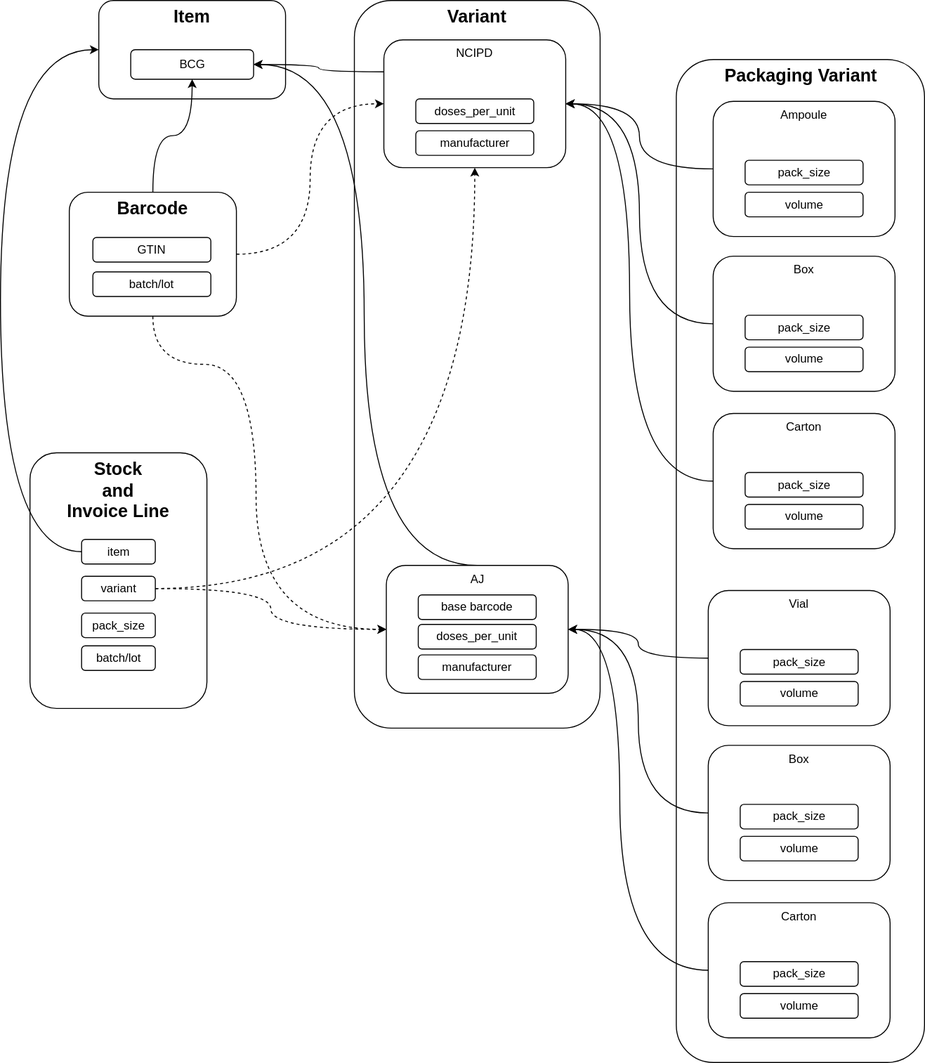
Earlier version of the draw.io export item-variant.drawio.svg (msupply-foundation/open-msupply). Source tidied: cells renumbered, new cells last; positions are measured from the earlier drawing's top-left corner, leaving out a move shared by most shapes.
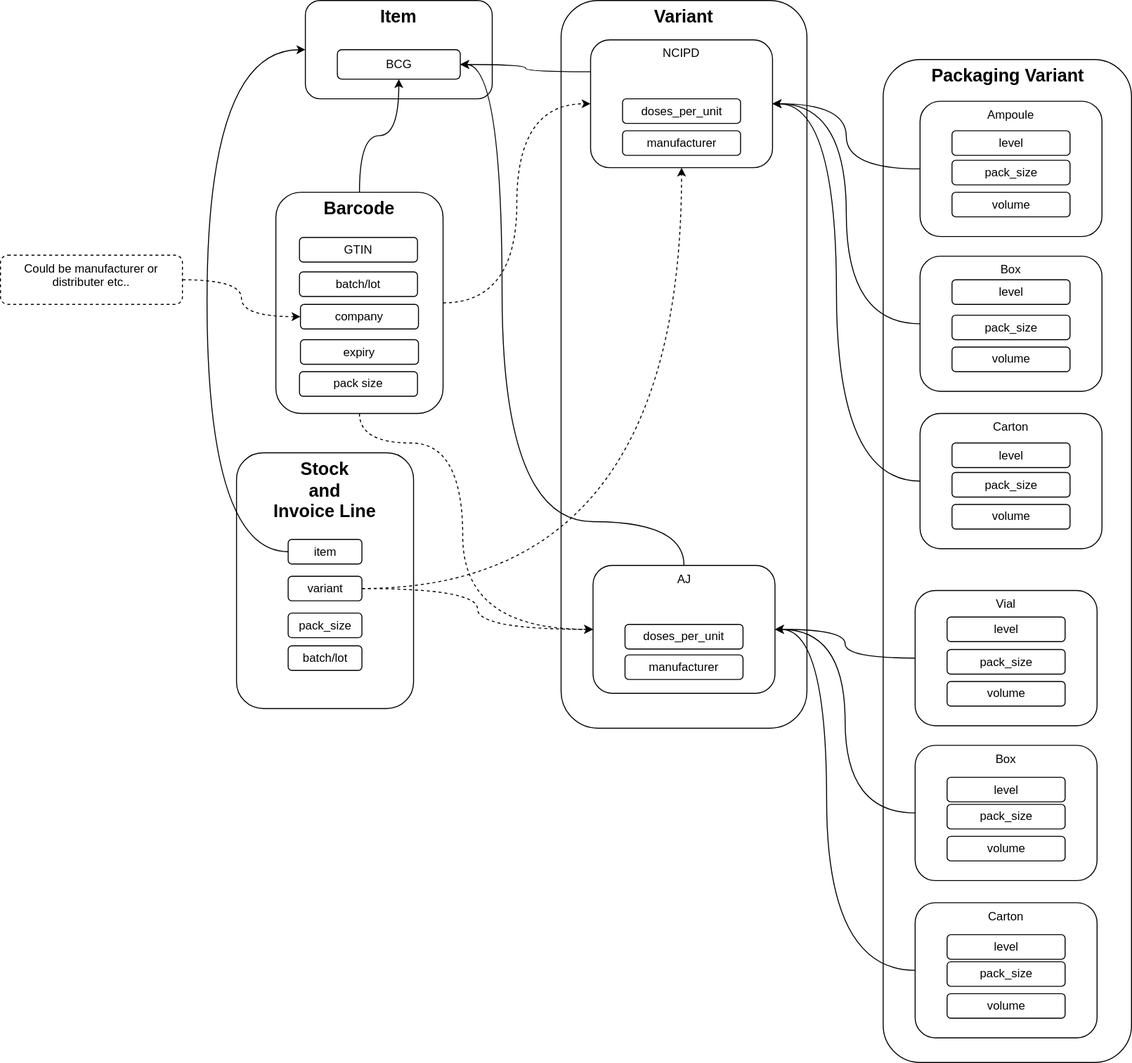
The same file after the commit.

Commit message:
Add info about manufacturer or distributor

Change to the diagram source:
```diff
@@ -2,6 +2,9 @@
   <root>
     <mxCell id="0" />
     <mxCell id="1" parent="0" />
+    <mxCell id="50" value="&lt;span style=&quot;font-size: 18px;&quot;&gt;&lt;b&gt;Barcode&lt;/b&gt;&lt;br&gt;&lt;br&gt;&lt;br&gt;&lt;/span&gt;" style="rounded=1;whiteSpace=wrap;html=1;verticalAlign=top;" parent="1" vertex="1">
+      <mxGeometry x="70" y="195" width="170" height="225" as="geometry" />
+    </mxCell>
     <mxCell id="2" value="&lt;b&gt;&lt;font style=&quot;font-size: 18px;&quot;&gt;Packaging Variant&lt;/font&gt;&lt;/b&gt;" style="rounded=1;whiteSpace=wrap;html=1;rotation=0;verticalAlign=top;" parent="1" vertex="1">
       <mxGeometry x="687.5" y="60" width="252.5" height="1020" as="geometry" />
     </mxCell>
@@ -23,17 +26,15 @@
     <mxCell id="8" style="edgeStyle=orthogonalEdgeStyle;curved=1;html=1;exitX=0.5;exitY=0;exitDx=0;exitDy=0;entryX=1;entryY=0.5;entryDx=0;entryDy=0;fontSize=18;" parent="1" edge="1" source="9" target="4">
       <mxGeometry relative="1" as="geometry">
         <Array as="points">
-          <mxPoint x="370" y="575" />
-          <mxPoint x="370" y="65" />
+          <mxPoint x="485" y="530" />
+          <mxPoint x="300" y="530" />
+          <mxPoint x="300" y="65" />
         </Array>
       </mxGeometry>
     </mxCell>
     <mxCell id="9" value="AJ" style="rounded=1;whiteSpace=wrap;html=1;verticalAlign=top;" parent="1" vertex="1">
       <mxGeometry x="392.5" y="574.5" width="185" height="130" as="geometry" />
     </mxCell>
-    <mxCell id="10" value="base barcode" style="rounded=1;whiteSpace=wrap;html=1;" parent="1" vertex="1">
-      <mxGeometry x="425" y="604.5" width="120" height="25" as="geometry" />
-    </mxCell>
     <mxCell id="11" value="doses_per_unit" style="rounded=1;whiteSpace=wrap;html=1;" parent="1" vertex="1">
       <mxGeometry x="422.5" y="100" width="120" height="25" as="geometry" />
     </mxCell>
@@ -166,20 +167,50 @@
     <mxCell id="49" style="edgeStyle=orthogonalEdgeStyle;curved=1;html=1;exitX=0.5;exitY=1;exitDx=0;exitDy=0;fontSize=18;entryX=0;entryY=0.5;entryDx=0;entryDy=0;dashed=1;" parent="1" edge="1" source="50" target="9">
       <mxGeometry relative="1" as="geometry">
         <Array as="points">
-          <mxPoint x="155" y="370" />
-          <mxPoint x="260" y="370" />
+          <mxPoint x="155" y="450" />
+          <mxPoint x="260" y="450" />
           <mxPoint x="260" y="640" />
         </Array>
       </mxGeometry>
     </mxCell>
-    <mxCell id="50" value="&lt;span style=&quot;font-size: 18px;&quot;&gt;&lt;b&gt;Barcode&lt;/b&gt;&lt;br&gt;&lt;br&gt;&lt;br&gt;&lt;/span&gt;" style="rounded=1;whiteSpace=wrap;html=1;verticalAlign=top;" parent="1" vertex="1">
-      <mxGeometry x="70" y="195" width="170" height="126" as="geometry" />
-    </mxCell>
     <mxCell id="51" value="GTIN" style="rounded=1;whiteSpace=wrap;html=1;" parent="1" vertex="1">
       <mxGeometry x="94" y="241" width="120" height="25" as="geometry" />
     </mxCell>
     <mxCell id="52" value="batch/lot" style="rounded=1;whiteSpace=wrap;html=1;" parent="1" vertex="1">
       <mxGeometry x="94" y="276" width="120" height="25" as="geometry" />
     </mxCell>
+    <mxCell id="53" value="company" style="rounded=1;whiteSpace=wrap;html=1;" parent="1" vertex="1">
+      <mxGeometry x="95" y="309" width="120" height="25" as="geometry" />
+    </mxCell>
+    <mxCell id="54" style="edgeStyle=orthogonalEdgeStyle;html=1;exitX=1;exitY=0.5;exitDx=0;exitDy=0;dashed=1;curved=1;" parent="1" edge="1" source="55" target="53">
+      <mxGeometry relative="1" as="geometry" />
+    </mxCell>
+    <mxCell id="55" value="Could be manufacturer or distributer etc.." style="rounded=1;whiteSpace=wrap;html=1;verticalAlign=top;dashed=1;" parent="1" vertex="1">
+      <mxGeometry x="-210" y="259" width="185" height="50" as="geometry" />
+    </mxCell>
+    <mxCell id="56" value="expiry" style="rounded=1;whiteSpace=wrap;html=1;" parent="1" vertex="1">
+      <mxGeometry x="95" y="345" width="120" height="25" as="geometry" />
+    </mxCell>
+    <mxCell id="57" value="pack size" style="rounded=1;whiteSpace=wrap;html=1;" parent="1" vertex="1">
+      <mxGeometry x="94" y="377.5" width="120" height="25" as="geometry" />
+    </mxCell>
+    <mxCell id="58" value="level" style="rounded=1;whiteSpace=wrap;html=1;" parent="1" vertex="1">
+      <mxGeometry x="757.5" y="132.5" width="120" height="25" as="geometry" />
+    </mxCell>
+    <mxCell id="59" value="level" style="rounded=1;whiteSpace=wrap;html=1;" parent="1" vertex="1">
+      <mxGeometry x="757.5" y="284" width="120" height="25" as="geometry" />
+    </mxCell>
+    <mxCell id="60" value="level" style="rounded=1;whiteSpace=wrap;html=1;" parent="1" vertex="1">
+      <mxGeometry x="757.5" y="450" width="120" height="25" as="geometry" />
+    </mxCell>
+    <mxCell id="61" value="level" style="rounded=1;whiteSpace=wrap;html=1;" parent="1" vertex="1">
+      <mxGeometry x="752.5" y="627" width="120" height="25" as="geometry" />
+    </mxCell>
+    <mxCell id="62" value="level" style="rounded=1;whiteSpace=wrap;html=1;" parent="1" vertex="1">
+      <mxGeometry x="752.5" y="790" width="120" height="25" as="geometry" />
+    </mxCell>
+    <mxCell id="63" value="level" style="rounded=1;whiteSpace=wrap;html=1;" parent="1" vertex="1">
+      <mxGeometry x="752.5" y="950" width="120" height="25" as="geometry" />
+    </mxCell>
   </root>
 </mxGraphModel>
```
